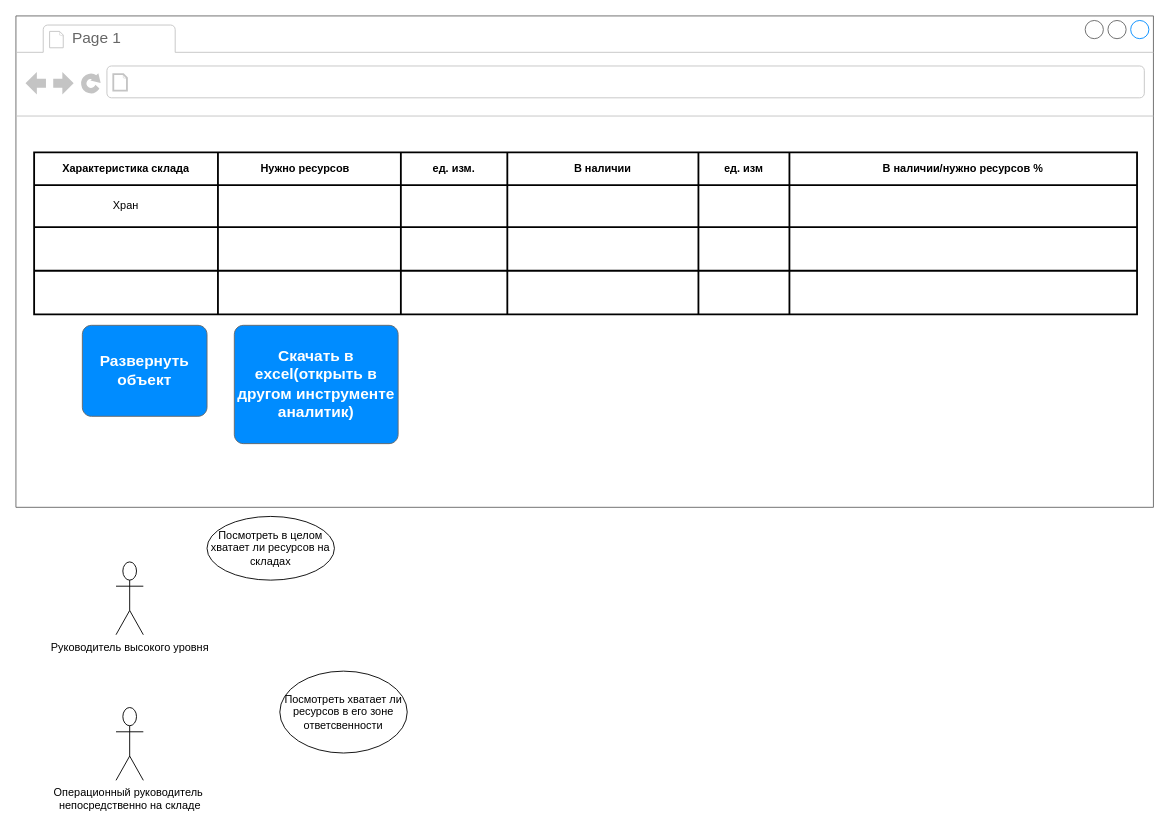
AntonKoltsov85/AntonKoltsov85 keeps this draw.io diagram as Диаграмма без названия.drawio. Above is the earlier version. Source tidied: cells renumbered, new cells numbered last; positions are measured from the earlier drawing's top-left corner, leaving out a move shared by most shapes. Both pictures are drawn from the tidied source at 91%, with x=0, y=0 at pixel (15, 15).
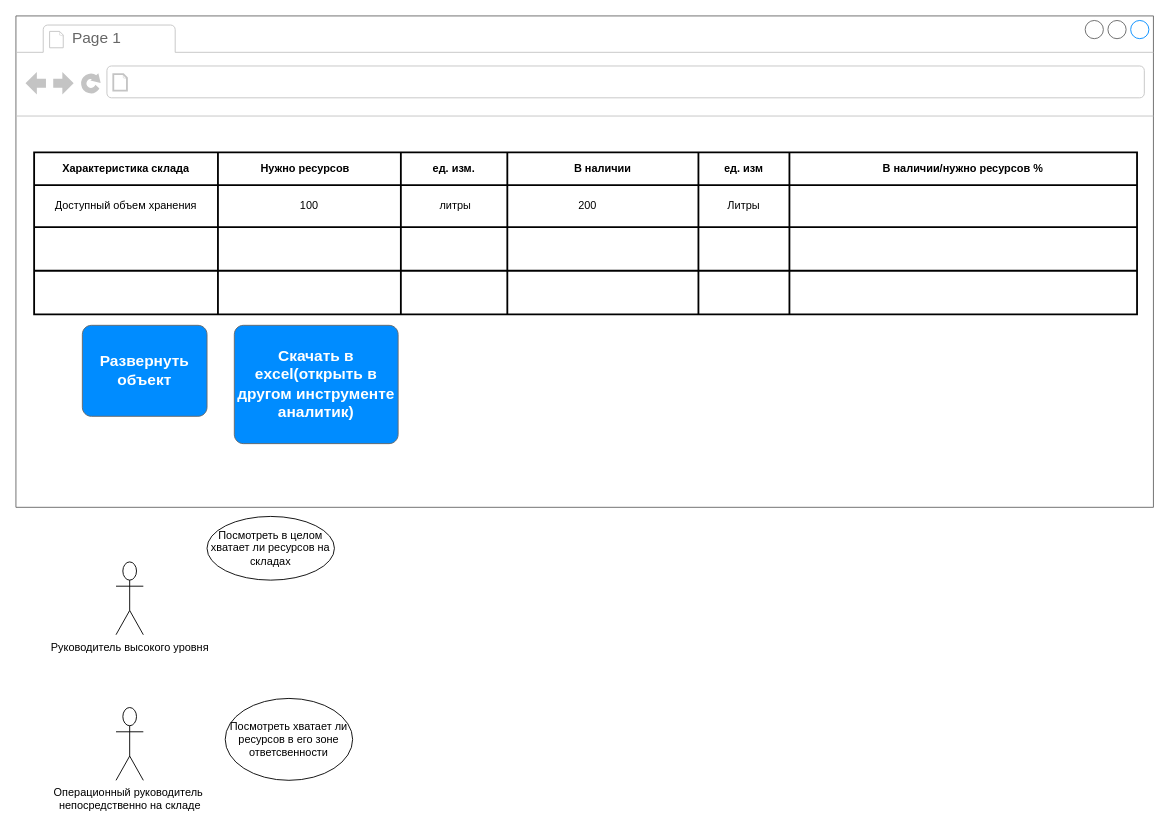
Above is the later version.

Commit message:
Монитор склада

The change refers to these unchanged cells:
```xml
<mxCell id="13" style="shape=tableRow;horizontal=0;startSize=0;swimlaneHead=0;swimlaneBody=0;top=0;left=0;bottom=0;right=0;fillColor=none;" parent="5" vertex="1">
  <mxGeometry y="36" width="1212" height="46" as="geometry" />
</mxCell>
```

Change to the diagram source:
```diff
@@
-    <mxCell id="14" value="Хран" style="shape=partialRectangle;html=1;whiteSpace=wrap;fillColor=none;top=0;left=0;bottom=0;right=0;overflow=hidden;" parent="13" vertex="1">
+    <mxCell id="14" value="Доступный объем хранения" style="shape=partialRectangle;html=1;whiteSpace=wrap;fillColor=none;top=0;left=0;bottom=0;right=0;overflow=hidden;" parent="13" vertex="1">
       <mxGeometry width="202" height="46" as="geometry" />
     </mxCell>
-    <mxCell id="15" style="shape=partialRectangle;html=1;whiteSpace=wrap;fillColor=none;top=0;left=0;bottom=0;right=0;overflow=hidden;" parent="13" vertex="1">
+    <mxCell id="15" value="100" style="shape=partialRectangle;html=1;whiteSpace=wrap;fillColor=none;top=0;left=0;bottom=0;right=0;overflow=hidden;" parent="13" vertex="1">
       <mxGeometry x="202" width="201" height="46" as="geometry" />
     </mxCell>
-    <mxCell id="16" style="shape=partialRectangle;html=1;whiteSpace=wrap;fillColor=none;top=0;left=0;bottom=0;right=0;overflow=hidden;" parent="13" vertex="1">
+    <mxCell id="16" value="&amp;nbsp;литры" style="shape=partialRectangle;html=1;whiteSpace=wrap;fillColor=none;top=0;left=0;bottom=0;right=0;overflow=hidden;" parent="13" vertex="1">
       <mxGeometry x="403" width="117" height="46" as="geometry" />
     </mxCell>
-    <mxCell id="17" style="shape=partialRectangle;html=1;whiteSpace=wrap;fillColor=none;top=0;left=0;bottom=0;right=0;overflow=hidden;" parent="13" vertex="1">
+    <mxCell id="17" value="200&lt;span style=&quot;white-space: pre;&quot;&gt;&#9;&lt;/span&gt;&lt;span style=&quot;white-space: pre;&quot;&gt;&#9;&lt;/span&gt;" style="shape=partialRectangle;html=1;whiteSpace=wrap;fillColor=none;top=0;left=0;bottom=0;right=0;overflow=hidden;" parent="13" vertex="1">
       <mxGeometry x="520" width="210" height="46" as="geometry" />
     </mxCell>
-    <mxCell id="18" style="shape=partialRectangle;html=1;whiteSpace=wrap;fillColor=none;top=0;left=0;bottom=0;right=0;overflow=hidden;" parent="13" vertex="1">
+    <mxCell id="18" value="Литры" style="shape=partialRectangle;html=1;whiteSpace=wrap;fillColor=none;top=0;left=0;bottom=0;right=0;overflow=hidden;" parent="13" vertex="1">
       <mxGeometry x="730" width="100" height="46" as="geometry" />
     </mxCell>
@@
     <mxCell id="39" value="Посмотреть хватает ли ресурсов в его зоне ответсвенности" style="ellipse;whiteSpace=wrap;html=1;" parent="1" vertex="1">
-      <mxGeometry x="290" y="720" width="140" height="90" as="geometry" />
+      <mxGeometry x="230" y="750" width="140" height="90" as="geometry" />
     </mxCell>
```
